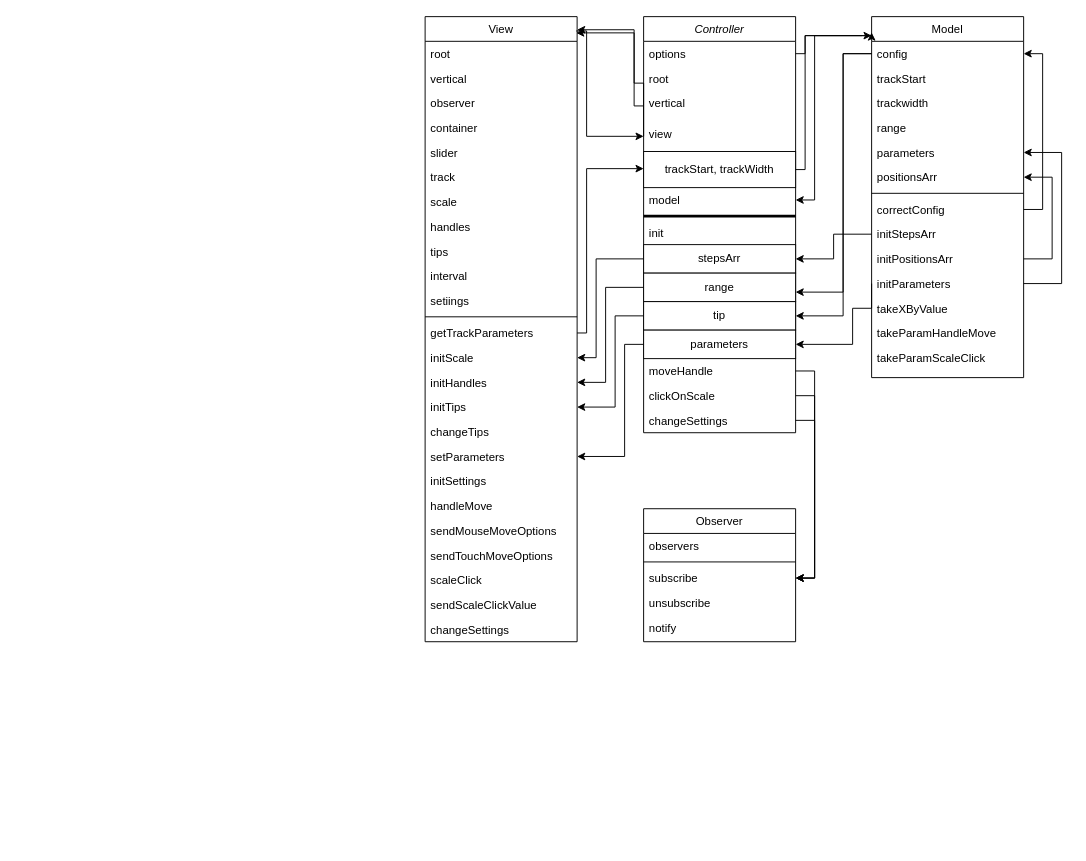
Before: Untitled Diagram.drawio in galiaMuslimova/Slider, a draw.io diagram. Source tidied: cells renumbered, new cells numbered last; positions are measured from the earlier drawing's top-left corner, leaving out a move shared by most shapes. Both pictures are drawn from the tidied source at 95%, with x=0, y=0 at pixel (425, 16).
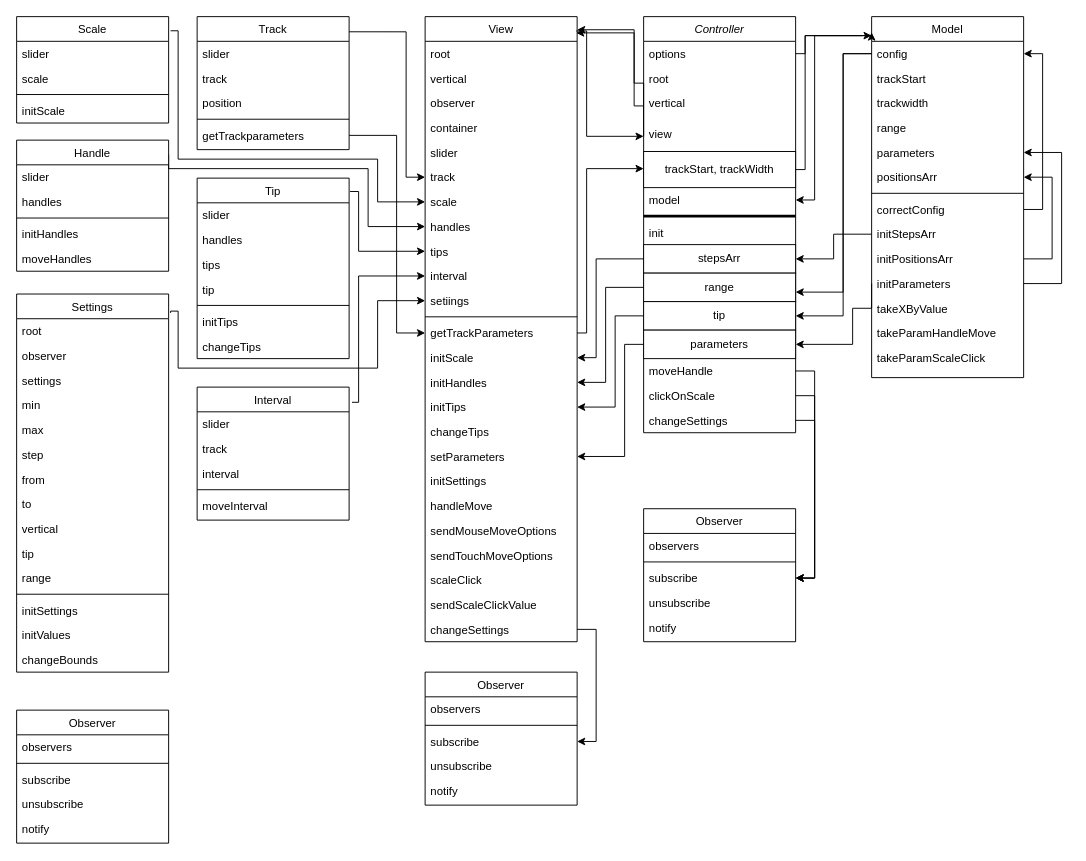
The same diagram, later.

The change refers to these unchanged cells:
```xml
<mxCell id="8" value="track" style="text;align=left;verticalAlign=top;spacingLeft=4;spacingRight=4;overflow=hidden;points=[[0,0.5],[1,0.5]];portConstraint=eastwest;rounded=0;shadow=0;html=0;" parent="2" vertex="1">
  <mxGeometry y="156" width="160" height="26" as="geometry" />
</mxCell>
<mxCell id="9" value="scale" style="text;align=left;verticalAlign=top;spacingLeft=4;spacingRight=4;overflow=hidden;points=[[0,0.5],[1,0.5]];portConstraint=eastwest;rounded=0;shadow=0;html=0;" parent="2" vertex="1">
  <mxGeometry y="182" width="160" height="26" as="geometry" />
</mxCell>
<mxCell id="10" value="handles" style="text;align=left;verticalAlign=top;spacingLeft=4;spacingRight=4;overflow=hidden;points=[[0,0.5],[1,0.5]];portConstraint=eastwest;rounded=0;shadow=0;html=0;" parent="2" vertex="1">
  <mxGeometry y="208" width="160" height="26" as="geometry" />
</mxCell>
<mxCell id="11" value="tips" style="text;align=left;verticalAlign=top;spacingLeft=4;spacingRight=4;overflow=hidden;points=[[0,0.5],[1,0.5]];portConstraint=eastwest;rounded=0;shadow=0;html=0;" parent="2" vertex="1">
  <mxGeometry y="234" width="160" height="26" as="geometry" />
</mxCell>
<mxCell id="12" value="interval" style="text;align=left;verticalAlign=top;spacingLeft=4;spacingRight=4;overflow=hidden;points=[[0,0.5],[1,0.5]];portConstraint=eastwest;rounded=0;shadow=0;html=0;" parent="2" vertex="1">
  <mxGeometry y="260" width="160" height="26" as="geometry" />
</mxCell>
<mxCell id="13" value="setiings" style="text;align=left;verticalAlign=top;spacingLeft=4;spacingRight=4;overflow=hidden;points=[[0,0.5],[1,0.5]];portConstraint=eastwest;rounded=0;shadow=0;html=0;" parent="2" vertex="1">
  <mxGeometry y="286" width="160" height="26" as="geometry" />
</mxCell>
<mxCell id="15" value="getTrackParameters" style="text;align=left;verticalAlign=top;spacingLeft=4;spacingRight=4;overflow=hidden;points=[[0,0.5],[1,0.5]];portConstraint=eastwest;" parent="2" vertex="1">
  <mxGeometry y="320" width="160" height="26" as="geometry" />
</mxCell>
<mxCell id="27" value="changeSettings" style="text;align=left;verticalAlign=top;spacingLeft=4;spacingRight=4;overflow=hidden;points=[[0,0.5],[1,0.5]];portConstraint=eastwest;" parent="2" vertex="1">
  <mxGeometry y="632" width="160" height="26" as="geometry" />
</mxCell>
```

What changed in the source:
```diff
@@
+    <mxCell id="86" value="Observer" style="swimlane;fontStyle=0;align=center;verticalAlign=top;horizontal=1;startSize=26;rounded=0;shadow=0;strokeWidth=1;" parent="1" vertex="1">
+      <mxGeometry y="690" width="160" height="140" as="geometry" />
+    </mxCell>
+    <mxCell id="87" value="observers" style="text;align=left;verticalAlign=top;spacingLeft=4;spacingRight=4;overflow=hidden;" parent="86" vertex="1">
+      <mxGeometry y="26" width="160" height="26" as="geometry" />
+    </mxCell>
+    <mxCell id="88" style="line;html=1;strokeWidth=1;align=left;verticalAlign=middle;spacingTop=-1;spacingLeft=3;spacingRight=3;labelPosition=right;" parent="86" vertex="1">
+      <mxGeometry y="52" width="160" height="8" as="geometry" />
+    </mxCell>
+    <mxCell id="89" value="subscribe" style="text;align=left;verticalAlign=top;spacingLeft=4;spacingRight=4;overflow=hidden;points=[[0,0.5],[1,0.5]];portConstraint=eastwest;rounded=0;shadow=0;html=0;" parent="86" vertex="1">
+      <mxGeometry y="60" width="160" height="26" as="geometry" />
+    </mxCell>
+    <mxCell id="90" value="unsubscribe" style="text;align=left;verticalAlign=top;spacingLeft=4;spacingRight=4;overflow=hidden;rounded=0;shadow=0;html=0;" parent="86" vertex="1">
+      <mxGeometry y="86" width="160" height="26" as="geometry" />
+    </mxCell>
+    <mxCell id="91" value="notify" style="text;align=left;verticalAlign=top;spacingLeft=4;spacingRight=4;overflow=hidden;rounded=0;shadow=0;html=0;" parent="86" vertex="1">
+      <mxGeometry y="112" width="160" height="26" as="geometry" />
+    </mxCell>
+    <mxCell id="92" style="edgeStyle=orthogonalEdgeStyle;rounded=0;jettySize=auto;html=1;entryX=0;entryY=0.5;entryDx=0;entryDy=0;exitX=0.994;exitY=0.114;exitDx=0;exitDy=0;exitPerimeter=0;" parent="1" edge="1" source="93" target="8">
+      <mxGeometry relative="1" as="geometry">
+        <Array as="points">
+          <mxPoint x="-20" y="16" />
+          <mxPoint x="-20" y="169" />
+        </Array>
+      </mxGeometry>
+    </mxCell>
+    <mxCell id="93" value="Track" style="swimlane;fontStyle=0;align=center;verticalAlign=top;horizontal=1;startSize=26;rounded=0;shadow=0;strokeWidth=1;" parent="1" vertex="1">
+      <mxGeometry x="-240" width="160" height="140" as="geometry" />
+    </mxCell>
+    <mxCell id="94" value="slider" style="text;align=left;verticalAlign=top;spacingLeft=4;spacingRight=4;overflow=hidden;" parent="93" vertex="1">
+      <mxGeometry y="26" width="160" height="26" as="geometry" />
+    </mxCell>
+    <mxCell id="95" value="track" style="text;align=left;verticalAlign=top;spacingLeft=4;spacingRight=4;overflow=hidden;" parent="93" vertex="1">
+      <mxGeometry y="52" width="160" height="26" as="geometry" />
+    </mxCell>
+    <mxCell id="96" value="position" style="text;align=left;verticalAlign=top;spacingLeft=4;spacingRight=4;overflow=hidden;" parent="93" vertex="1">
+      <mxGeometry y="78" width="160" height="26" as="geometry" />
+    </mxCell>
+    <mxCell id="97" style="line;html=1;strokeWidth=1;align=left;verticalAlign=middle;spacingTop=-1;spacingLeft=3;spacingRight=3;labelPosition=right;" parent="93" vertex="1">
+      <mxGeometry y="104" width="160" height="8" as="geometry" />
+    </mxCell>
+    <mxCell id="98" value="getTrackparameters" style="text;align=left;verticalAlign=top;spacingLeft=4;spacingRight=4;overflow=hidden;points=[[0,0.5],[1,0.5]];portConstraint=eastwest;rounded=0;shadow=0;html=0;" parent="93" vertex="1">
+      <mxGeometry y="112" width="160" height="26" as="geometry" />
+    </mxCell>
+    <mxCell id="99" style="edgeStyle=orthogonalEdgeStyle;rounded=0;jettySize=auto;html=1;exitX=1;exitY=0.5;exitDx=0;exitDy=0;entryX=0;entryY=0.5;entryDx=0;entryDy=0;" parent="1" edge="1" source="98" target="15">
+      <mxGeometry relative="1" as="geometry">
+        <Array as="points">
+          <mxPoint x="-30" y="125" />
+          <mxPoint x="-30" y="333" />
+        </Array>
+      </mxGeometry>
+    </mxCell>
+    <mxCell id="100" style="edgeStyle=orthogonalEdgeStyle;rounded=0;jettySize=auto;html=1;exitX=1.013;exitY=0.133;exitDx=0;exitDy=0;exitPerimeter=0;" parent="1" edge="1" source="101" target="9">
+      <mxGeometry relative="1" as="geometry">
+        <Array as="points">
+          <mxPoint x="-260" y="15" />
+          <mxPoint x="-260" y="150" />
+          <mxPoint x="-50" y="150" />
+          <mxPoint x="-50" y="195" />
+        </Array>
+      </mxGeometry>
+    </mxCell>
+    <mxCell id="101" value="Scale" style="swimlane;fontStyle=0;align=center;verticalAlign=top;horizontal=1;startSize=26;rounded=0;shadow=0;strokeWidth=1;" parent="1" vertex="1">
+      <mxGeometry x="-430" width="160" height="112" as="geometry" />
+    </mxCell>
+    <mxCell id="102" value="slider" style="text;align=left;verticalAlign=top;spacingLeft=4;spacingRight=4;overflow=hidden;" parent="101" vertex="1">
+      <mxGeometry y="26" width="160" height="26" as="geometry" />
+    </mxCell>
+    <mxCell id="103" value="scale" style="text;align=left;verticalAlign=top;spacingLeft=4;spacingRight=4;overflow=hidden;" parent="101" vertex="1">
+      <mxGeometry y="52" width="160" height="26" as="geometry" />
+    </mxCell>
+    <mxCell id="104" style="line;html=1;strokeWidth=1;align=left;verticalAlign=middle;spacingTop=-1;spacingLeft=3;spacingRight=3;labelPosition=right;" parent="101" vertex="1">
+      <mxGeometry y="78" width="160" height="8" as="geometry" />
+    </mxCell>
+    <mxCell id="105" value="initScale" style="text;align=left;verticalAlign=top;spacingLeft=4;spacingRight=4;overflow=hidden;rounded=0;shadow=0;html=0;" parent="101" vertex="1">
+      <mxGeometry y="86" width="160" height="26" as="geometry" />
+    </mxCell>
+    <mxCell id="106" style="edgeStyle=orthogonalEdgeStyle;rounded=0;jettySize=auto;html=1;entryX=0;entryY=0.5;entryDx=0;entryDy=0;exitX=1;exitY=0.109;exitDx=0;exitDy=0;exitPerimeter=0;" parent="1" edge="1" source="107" target="10">
+      <mxGeometry relative="1" as="geometry">
+        <Array as="points">
+          <mxPoint x="-270" y="160" />
+          <mxPoint x="-60" y="160" />
+          <mxPoint x="-60" y="221" />
+        </Array>
+      </mxGeometry>
+    </mxCell>
+    <mxCell id="107" value="Handle" style="swimlane;fontStyle=0;align=center;verticalAlign=top;horizontal=1;startSize=26;rounded=0;shadow=0;strokeWidth=1;" parent="1" vertex="1">
+      <mxGeometry x="-430" y="130" width="160" height="138" as="geometry" />
+    </mxCell>
+    <mxCell id="108" value="slider" style="text;align=left;verticalAlign=top;spacingLeft=4;spacingRight=4;overflow=hidden;" parent="107" vertex="1">
+      <mxGeometry y="26" width="160" height="26" as="geometry" />
+    </mxCell>
+    <mxCell id="109" value="handles" style="text;align=left;verticalAlign=top;spacingLeft=4;spacingRight=4;overflow=hidden;" parent="107" vertex="1">
+      <mxGeometry y="52" width="160" height="26" as="geometry" />
+    </mxCell>
+    <mxCell id="110" style="line;html=1;strokeWidth=1;align=left;verticalAlign=middle;spacingTop=-1;spacingLeft=3;spacingRight=3;labelPosition=right;" parent="107" vertex="1">
+      <mxGeometry y="78" width="160" height="8" as="geometry" />
+    </mxCell>
+    <mxCell id="111" value="initHandles" style="text;align=left;verticalAlign=top;spacingLeft=4;spacingRight=4;overflow=hidden;rounded=0;shadow=0;html=0;" parent="107" vertex="1">
+      <mxGeometry y="86" width="160" height="26" as="geometry" />
+    </mxCell>
+    <mxCell id="112" value="moveHandles" style="text;align=left;verticalAlign=top;spacingLeft=4;spacingRight=4;overflow=hidden;rounded=0;shadow=0;html=0;" parent="107" vertex="1">
+      <mxGeometry y="112" width="160" height="26" as="geometry" />
+    </mxCell>
+    <mxCell id="113" value="Tip" style="swimlane;fontStyle=0;align=center;verticalAlign=top;horizontal=1;startSize=26;rounded=0;shadow=0;strokeWidth=1;" parent="1" vertex="1">
+      <mxGeometry x="-240" y="170" width="160" height="190" as="geometry" />
+    </mxCell>
+    <mxCell id="114" value="slider" style="text;align=left;verticalAlign=top;spacingLeft=4;spacingRight=4;overflow=hidden;" parent="113" vertex="1">
+      <mxGeometry y="26" width="160" height="26" as="geometry" />
+    </mxCell>
+    <mxCell id="115" value="handles" style="text;align=left;verticalAlign=top;spacingLeft=4;spacingRight=4;overflow=hidden;" parent="113" vertex="1">
+      <mxGeometry y="52" width="160" height="26" as="geometry" />
+    </mxCell>
+    <mxCell id="116" value="tips" style="text;align=left;verticalAlign=top;spacingLeft=4;spacingRight=4;overflow=hidden;" parent="113" vertex="1">
+      <mxGeometry y="78" width="160" height="26" as="geometry" />
+    </mxCell>
+    <mxCell id="117" value="tip" style="text;align=left;verticalAlign=top;spacingLeft=4;spacingRight=4;overflow=hidden;" parent="113" vertex="1">
+      <mxGeometry y="104" width="160" height="26" as="geometry" />
+    </mxCell>
+    <mxCell id="118" style="line;html=1;strokeWidth=1;align=left;verticalAlign=middle;spacingTop=-1;spacingLeft=3;spacingRight=3;labelPosition=right;" parent="113" vertex="1">
+      <mxGeometry y="130" width="160" height="8" as="geometry" />
+    </mxCell>
+    <mxCell id="119" value="initTips" style="text;align=left;verticalAlign=top;spacingLeft=4;spacingRight=4;overflow=hidden;rounded=0;shadow=0;html=0;" parent="113" vertex="1">
+      <mxGeometry y="138" width="160" height="26" as="geometry" />
+    </mxCell>
+    <mxCell id="120" value="changeTips" style="text;align=left;verticalAlign=top;spacingLeft=4;spacingRight=4;overflow=hidden;rounded=0;shadow=0;html=0;" parent="113" vertex="1">
+      <mxGeometry y="164" width="160" height="26" as="geometry" />
+    </mxCell>
+    <mxCell id="121" style="edgeStyle=orthogonalEdgeStyle;rounded=0;jettySize=auto;html=1;entryX=0;entryY=0.5;entryDx=0;entryDy=0;exitX=1.006;exitY=0.074;exitDx=0;exitDy=0;exitPerimeter=0;" parent="1" edge="1" source="113" target="11">
+      <mxGeometry relative="1" as="geometry">
+        <Array as="points">
+          <mxPoint x="-70" y="184" />
+          <mxPoint x="-70" y="247" />
+        </Array>
+      </mxGeometry>
+    </mxCell>
+    <mxCell id="122" value="Interval" style="swimlane;fontStyle=0;align=center;verticalAlign=top;horizontal=1;startSize=26;rounded=0;shadow=0;strokeWidth=1;" parent="1" vertex="1">
+      <mxGeometry x="-240" y="390" width="160" height="140" as="geometry" />
+    </mxCell>
+    <mxCell id="123" value="slider" style="text;align=left;verticalAlign=top;spacingLeft=4;spacingRight=4;overflow=hidden;" parent="122" vertex="1">
+      <mxGeometry y="26" width="160" height="26" as="geometry" />
+    </mxCell>
+    <mxCell id="124" value="track" style="text;align=left;verticalAlign=top;spacingLeft=4;spacingRight=4;overflow=hidden;" parent="122" vertex="1">
+      <mxGeometry y="52" width="160" height="26" as="geometry" />
+    </mxCell>
+    <mxCell id="125" value="interval" style="text;align=left;verticalAlign=top;spacingLeft=4;spacingRight=4;overflow=hidden;" parent="122" vertex="1">
+      <mxGeometry y="78" width="160" height="26" as="geometry" />
+    </mxCell>
+    <mxCell id="126" style="line;html=1;strokeWidth=1;align=left;verticalAlign=middle;spacingTop=-1;spacingLeft=3;spacingRight=3;labelPosition=right;" parent="122" vertex="1">
+      <mxGeometry y="104" width="160" height="8" as="geometry" />
+    </mxCell>
+    <mxCell id="127" value="moveInterval" style="text;align=left;verticalAlign=top;spacingLeft=4;spacingRight=4;overflow=hidden;rounded=0;shadow=0;html=0;" parent="122" vertex="1">
+      <mxGeometry y="112" width="160" height="26" as="geometry" />
+    </mxCell>
+    <mxCell id="128" style="edgeStyle=orthogonalEdgeStyle;rounded=0;jettySize=auto;html=1;entryX=0;entryY=0.5;entryDx=0;entryDy=0;exitX=1.019;exitY=0.114;exitDx=0;exitDy=0;exitPerimeter=0;" parent="1" edge="1" source="122" target="12">
+      <mxGeometry relative="1" as="geometry">
+        <Array as="points">
+          <mxPoint x="-70" y="406" />
+          <mxPoint x="-70" y="273" />
+        </Array>
+      </mxGeometry>
+    </mxCell>
+    <mxCell id="129" style="edgeStyle=orthogonalEdgeStyle;rounded=0;jettySize=auto;html=1;exitX=1.013;exitY=0.05;exitDx=0;exitDy=0;exitPerimeter=0;" parent="1" edge="1" source="130" target="13">
+      <mxGeometry relative="1" as="geometry">
+        <Array as="points">
+          <mxPoint x="-268" y="310" />
+          <mxPoint x="-260" y="310" />
+          <mxPoint x="-260" y="370" />
+          <mxPoint x="-50" y="370" />
+          <mxPoint x="-50" y="299" />
+        </Array>
+      </mxGeometry>
+    </mxCell>
+    <mxCell id="130" value="Settings" style="swimlane;fontStyle=0;align=center;verticalAlign=top;horizontal=1;startSize=26;rounded=0;shadow=0;strokeWidth=1;" parent="1" vertex="1">
+      <mxGeometry x="-430" y="292" width="160" height="398" as="geometry" />
+    </mxCell>
+    <mxCell id="131" value="root" style="text;align=left;verticalAlign=top;spacingLeft=4;spacingRight=4;overflow=hidden;" parent="130" vertex="1">
+      <mxGeometry y="26" width="160" height="26" as="geometry" />
+    </mxCell>
+    <mxCell id="132" value="observer" style="text;align=left;verticalAlign=top;spacingLeft=4;spacingRight=4;overflow=hidden;" parent="130" vertex="1">
+      <mxGeometry y="52" width="160" height="26" as="geometry" />
+    </mxCell>
+    <mxCell id="133" value="settings" style="text;align=left;verticalAlign=top;spacingLeft=4;spacingRight=4;overflow=hidden;" parent="130" vertex="1">
+      <mxGeometry y="78" width="160" height="26" as="geometry" />
+    </mxCell>
+    <mxCell id="134" value="min" style="text;align=left;verticalAlign=top;spacingLeft=4;spacingRight=4;overflow=hidden;" parent="130" vertex="1">
+      <mxGeometry y="104" width="160" height="26" as="geometry" />
+    </mxCell>
+    <mxCell id="135" value="max" style="text;align=left;verticalAlign=top;spacingLeft=4;spacingRight=4;overflow=hidden;" parent="130" vertex="1">
+      <mxGeometry y="130" width="160" height="26" as="geometry" />
+    </mxCell>
+    <mxCell id="136" value="step" style="text;align=left;verticalAlign=top;spacingLeft=4;spacingRight=4;overflow=hidden;" parent="130" vertex="1">
+      <mxGeometry y="156" width="160" height="26" as="geometry" />
+    </mxCell>
+    <mxCell id="137" value="from" style="text;align=left;verticalAlign=top;spacingLeft=4;spacingRight=4;overflow=hidden;" parent="130" vertex="1">
+      <mxGeometry y="182" width="160" height="26" as="geometry" />
+    </mxCell>
+    <mxCell id="138" value="to" style="text;align=left;verticalAlign=top;spacingLeft=4;spacingRight=4;overflow=hidden;" parent="130" vertex="1">
+      <mxGeometry y="208" width="160" height="26" as="geometry" />
+    </mxCell>
+    <mxCell id="139" value="vertical" style="text;align=left;verticalAlign=top;spacingLeft=4;spacingRight=4;overflow=hidden;" parent="130" vertex="1">
+      <mxGeometry y="234" width="160" height="26" as="geometry" />
+    </mxCell>
+    <mxCell id="140" value="tip" style="text;align=left;verticalAlign=top;spacingLeft=4;spacingRight=4;overflow=hidden;" parent="130" vertex="1">
+      <mxGeometry y="260" width="160" height="26" as="geometry" />
+    </mxCell>
+    <mxCell id="141" value="range" style="text;align=left;verticalAlign=top;spacingLeft=4;spacingRight=4;overflow=hidden;" parent="130" vertex="1">
+      <mxGeometry y="286" width="160" height="26" as="geometry" />
+    </mxCell>
+    <mxCell id="142" style="line;html=1;strokeWidth=1;align=left;verticalAlign=middle;spacingTop=-1;spacingLeft=3;spacingRight=3;labelPosition=right;" parent="130" vertex="1">
+      <mxGeometry y="312" width="160" height="8" as="geometry" />
+    </mxCell>
+    <mxCell id="143" value="initSettings" style="text;align=left;verticalAlign=top;spacingLeft=4;spacingRight=4;overflow=hidden;rounded=0;shadow=0;html=0;" parent="130" vertex="1">
+      <mxGeometry y="320" width="160" height="26" as="geometry" />
+    </mxCell>
+    <mxCell id="144" value="initValues" style="text;align=left;verticalAlign=top;spacingLeft=4;spacingRight=4;overflow=hidden;rounded=0;shadow=0;html=0;" parent="130" vertex="1">
+      <mxGeometry y="346" width="160" height="26" as="geometry" />
+    </mxCell>
+    <mxCell id="145" value="changeBounds" style="text;align=left;verticalAlign=top;spacingLeft=4;spacingRight=4;overflow=hidden;rounded=0;shadow=0;html=0;" parent="130" vertex="1">
+      <mxGeometry y="372" width="160" height="26" as="geometry" />
+    </mxCell>
+    <mxCell id="146" value="Observer" style="swimlane;fontStyle=0;align=center;verticalAlign=top;horizontal=1;startSize=26;rounded=0;shadow=0;strokeWidth=1;" parent="1" vertex="1">
+      <mxGeometry x="-430" y="730" width="160" height="140" as="geometry" />
+    </mxCell>
+    <mxCell id="147" value="observers" style="text;align=left;verticalAlign=top;spacingLeft=4;spacingRight=4;overflow=hidden;" parent="146" vertex="1">
+      <mxGeometry y="26" width="160" height="26" as="geometry" />
+    </mxCell>
+    <mxCell id="148" style="line;html=1;strokeWidth=1;align=left;verticalAlign=middle;spacingTop=-1;spacingLeft=3;spacingRight=3;labelPosition=right;" parent="146" vertex="1">
+      <mxGeometry y="52" width="160" height="8" as="geometry" />
+    </mxCell>
+    <mxCell id="149" value="subscribe" style="text;align=left;verticalAlign=top;spacingLeft=4;spacingRight=4;overflow=hidden;rounded=0;shadow=0;html=0;" parent="146" vertex="1">
+      <mxGeometry y="60" width="160" height="26" as="geometry" />
+    </mxCell>
+    <mxCell id="150" value="unsubscribe" style="text;align=left;verticalAlign=top;spacingLeft=4;spacingRight=4;overflow=hidden;rounded=0;shadow=0;html=0;" parent="146" vertex="1">
+      <mxGeometry y="86" width="160" height="26" as="geometry" />
+    </mxCell>
+    <mxCell id="151" value="notify" style="text;align=left;verticalAlign=top;spacingLeft=4;spacingRight=4;overflow=hidden;rounded=0;shadow=0;html=0;" parent="146" vertex="1">
+      <mxGeometry y="112" width="160" height="26" as="geometry" />
+    </mxCell>
+    <mxCell id="152" style="edgeStyle=orthogonalEdgeStyle;rounded=0;jettySize=auto;html=1;exitX=1;exitY=0.5;exitDx=0;exitDy=0;entryX=1;entryY=0.5;entryDx=0;entryDy=0;" parent="1" edge="1" source="27" target="89">
+      <mxGeometry relative="1" as="geometry" />
+    </mxCell>
```
